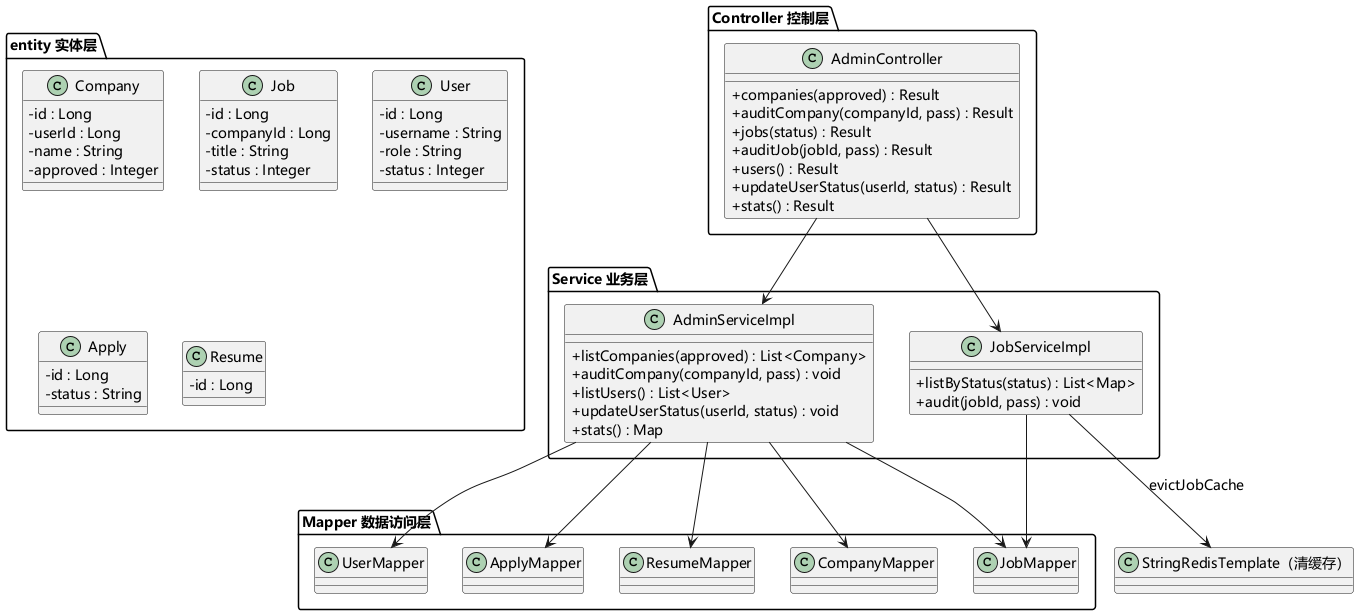
Earlier version of the PlantUML export uml/png/李嘉文/李嘉文-管理端设计类图.png (sheep7-bot/recruit-internship-system). Its diagram source:
```plantuml
@startuml 李嘉文-管理端设计类图
skinparam defaultFontName "Microsoft YaHei"
skinparam classAttributeIconSize 0
skinparam defaultFontSize 14

package "Controller 控制层" {
  class AdminController {
    +companies(approved) : Result
    +auditCompany(companyId, pass) : Result
    +jobs(status) : Result
    +auditJob(jobId, pass) : Result
    +users() : Result
    +updateUserStatus(userId, status) : Result
    +stats() : Result
  }
}

package "Service 业务层" {
  class AdminServiceImpl {
    +listCompanies(approved) : List<Company>
    +auditCompany(companyId, pass) : void
    +listUsers() : List<User>
    +updateUserStatus(userId, status) : void
    +stats() : Map
  }
  class JobServiceImpl {
    +listByStatus(status) : List<Map>
    +audit(jobId, pass) : void
  }
}

package "Mapper 数据访问层" {
  class CompanyMapper
  class JobMapper
  class UserMapper
  class ApplyMapper
  class ResumeMapper
}

package "entity 实体层" {
  class Company {
    -id : Long
    -userId : Long
    -name : String
    -approved : Integer
  }
  class Job {
    -id : Long
    -companyId : Long
    -title : String
    -status : Integer
  }
  class User {
    -id : Long
    -username : String
    -role : String
    -status : Integer
  }
  class Apply {
    -id : Long
    -status : String
  }
  class Resume {
    -id : Long
  }
}

class "StringRedisTemplate（清缓存）" as redis

AdminController --> AdminServiceImpl
AdminController --> JobServiceImpl

AdminServiceImpl --> CompanyMapper
AdminServiceImpl --> JobMapper
AdminServiceImpl --> UserMapper
AdminServiceImpl --> ApplyMapper
AdminServiceImpl --> ResumeMapper
JobServiceImpl --> JobMapper
JobServiceImpl --> redis : evictJobCache
@enduml
```
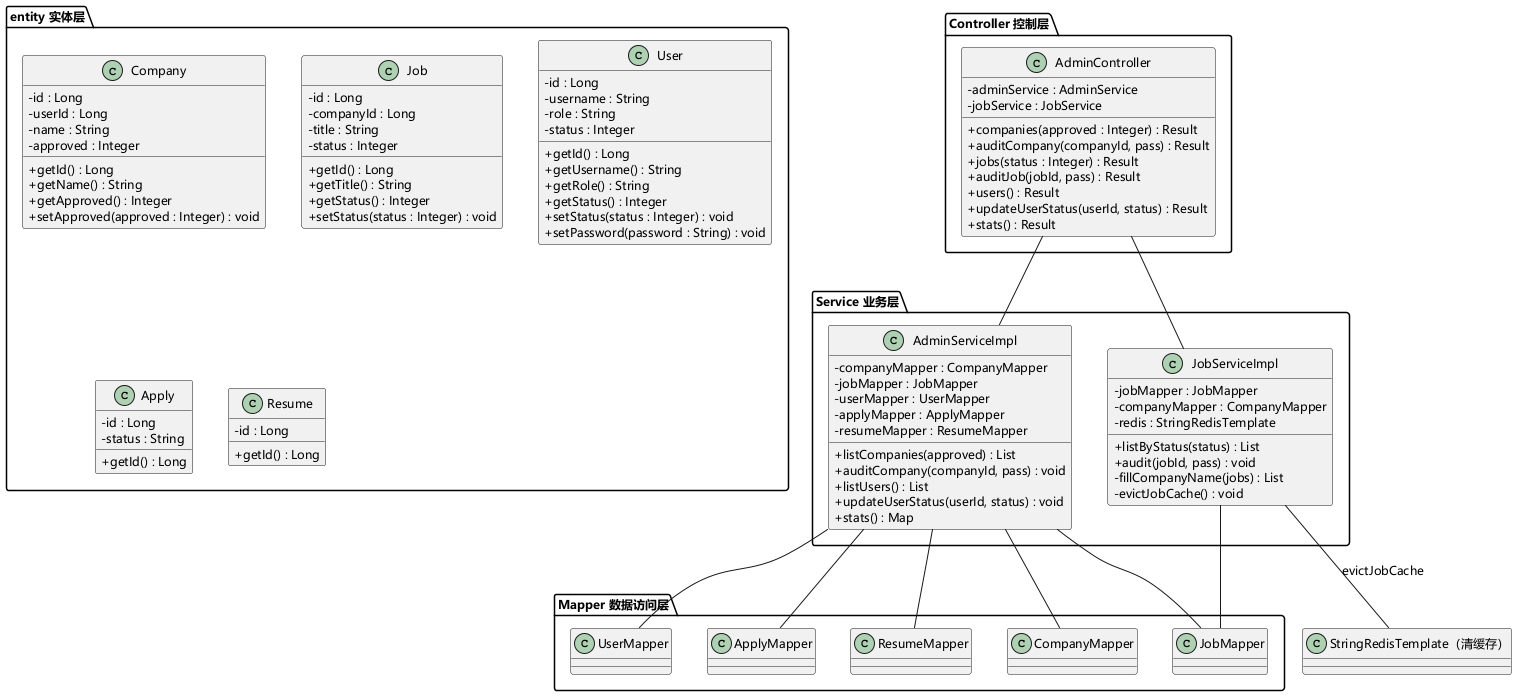
Above is the later version.

The edit, as a diff of the source:
```diff
@@ -1,13 +1,16 @@
 @startuml 李嘉文-管理端设计类图
 skinparam defaultFontName "Microsoft YaHei"
 skinparam classAttributeIconSize 0
-skinparam defaultFontSize 14
+skinparam defaultFontSize 12
+skinparam defaultFontSize 12
 
 package "Controller 控制层" {
   class AdminController {
-    +companies(approved) : Result
+    -adminService : AdminService
+    -jobService : JobService
+    +companies(approved : Integer) : Result
     +auditCompany(companyId, pass) : Result
-    +jobs(status) : Result
+    +jobs(status : Integer) : Result
     +auditJob(jobId, pass) : Result
     +users() : Result
     +updateUserStatus(userId, status) : Result
@@ -17,15 +20,25 @@
 
 package "Service 业务层" {
   class AdminServiceImpl {
-    +listCompanies(approved) : List<Company>
+    -companyMapper : CompanyMapper
+    -jobMapper : JobMapper
+    -userMapper : UserMapper
+    -applyMapper : ApplyMapper
+    -resumeMapper : ResumeMapper
+    +listCompanies(approved) : List
     +auditCompany(companyId, pass) : void
-    +listUsers() : List<User>
+    +listUsers() : List
     +updateUserStatus(userId, status) : void
     +stats() : Map
   }
   class JobServiceImpl {
-    +listByStatus(status) : List<Map>
+    -jobMapper : JobMapper
+    -companyMapper : CompanyMapper
+    -redis : StringRedisTemplate
+    +listByStatus(status) : List
     +audit(jobId, pass) : void
+    -fillCompanyName(jobs) : List
+    -evictJobCache() : void
   }
 }
 
@@ -43,38 +56,54 @@
     -userId : Long
     -name : String
     -approved : Integer
+    +getId() : Long
+    +getName() : String
+    +getApproved() : Integer
+    +setApproved(approved : Integer) : void
   }
   class Job {
     -id : Long
     -companyId : Long
     -title : String
     -status : Integer
+    +getId() : Long
+    +getTitle() : String
+    +getStatus() : Integer
+    +setStatus(status : Integer) : void
   }
   class User {
     -id : Long
     -username : String
     -role : String
     -status : Integer
+    +getId() : Long
+    +getUsername() : String
+    +getRole() : String
+    +getStatus() : Integer
+    +setStatus(status : Integer) : void
+    +setPassword(password : String) : void
   }
   class Apply {
     -id : Long
     -status : String
+    +getId() : Long
   }
   class Resume {
     -id : Long
+    +getId() : Long
   }
 }
 
 class "StringRedisTemplate（清缓存）" as redis
 
-AdminController --> AdminServiceImpl
-AdminController --> JobServiceImpl
+AdminController -- AdminServiceImpl
+AdminController -- JobServiceImpl
 
-AdminServiceImpl --> CompanyMapper
-AdminServiceImpl --> JobMapper
-AdminServiceImpl --> UserMapper
-AdminServiceImpl --> ApplyMapper
-AdminServiceImpl --> ResumeMapper
-JobServiceImpl --> JobMapper
-JobServiceImpl --> redis : evictJobCache
+AdminServiceImpl -- CompanyMapper
+AdminServiceImpl -- JobMapper
+AdminServiceImpl -- UserMapper
+AdminServiceImpl -- ApplyMapper
+AdminServiceImpl -- ResumeMapper
+JobServiceImpl -- JobMapper
+JobServiceImpl -- redis : evictJobCache
 @enduml
```
